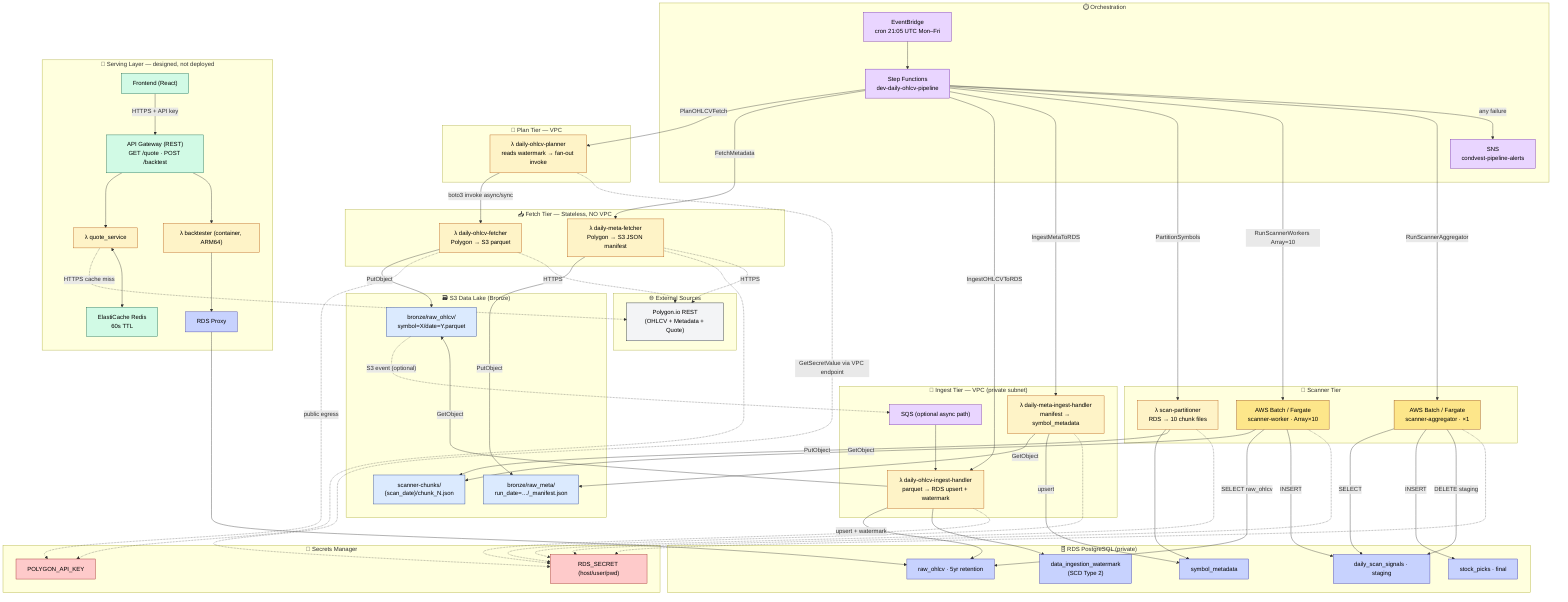
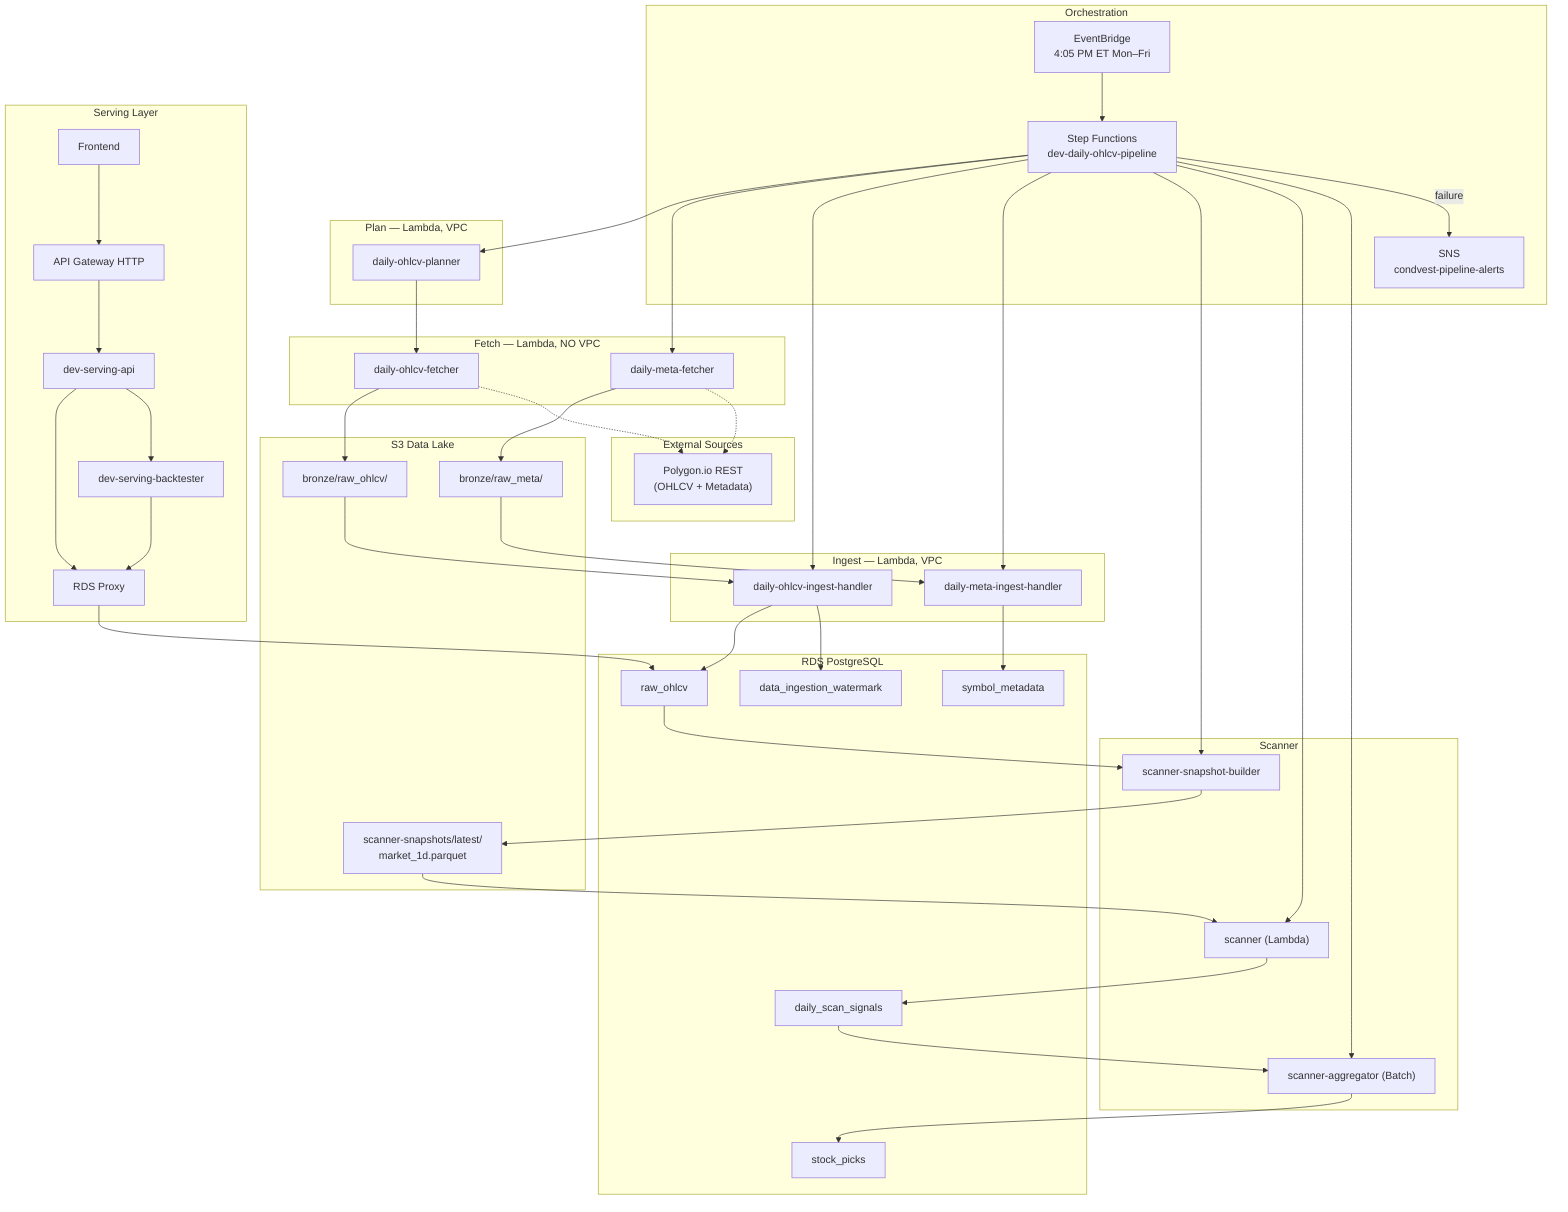
---
config:
  theme: default
  flowchart:
    curve: basis
---
flowchart TB
-   %% =============================================================
-   %% TradLyte Data Platform — Post-Decoupling Architecture (2026)
-   %% =============================================================
- 
-   subgraph EXT["🌐 External Sources"]
-     POLY["Polygon.io REST<br/>(OHLCV + Metadata + Quote)"]
+   subgraph EXT["External Sources"]
+     POLY["Polygon.io REST<br/>(OHLCV + Metadata)"]
  end

-   subgraph SCHED["⏱️ Orchestration"]
-     EB["EventBridge<br/>cron 21:05 UTC Mon–Fri"]
+   subgraph SCHED["Orchestration"]
+     EB["EventBridge<br/>4:05 PM ET Mon–Fri"]
    SFN["Step Functions<br/>dev-daily-ohlcv-pipeline"]
    SNS["SNS<br/>condvest-pipeline-alerts"]
  end

-   subgraph FETCH["📥 Fetch Tier — Stateless, NO VPC"]
-     LF_OHLCV["λ daily-ohlcv-fetcher<br/>Polygon → S3 parquet"]
-     LF_META["λ daily-meta-fetcher<br/>Polygon → S3 JSON manifest"]
+   subgraph FETCH["Fetch — Lambda, NO VPC"]
+     LF_OHLCV["daily-ohlcv-fetcher"]
+     LF_META["daily-meta-fetcher"]
  end

-   subgraph PLAN["🧭 Plan Tier — VPC"]
-     LF_PLAN["λ daily-ohlcv-planner<br/>reads watermark → fan-out invoke"]
+   subgraph PLAN["Plan — Lambda, VPC"]
+     LF_PLAN["daily-ohlcv-planner"]
  end

-   subgraph LAKE["🗃️ S3 Data Lake (Bronze)"]
-     S3_OHLCV["bronze/raw_ohlcv/<br/>symbol=X/date=Y.parquet"]
-     S3_META["bronze/raw_meta/<br/>run_date=…/_manifest.json"]
-     S3_CHUNKS["scanner-chunks/<br/>{scan_date}/chunk_N.json"]
+   subgraph LAKE["S3 Data Lake"]
+     S3_OHLCV["bronze/raw_ohlcv/"]
+     S3_META["bronze/raw_meta/"]
+     S3_SNAP["scanner-snapshots/latest/<br/>market_1d.parquet"]
  end

-   subgraph INGEST["📝 Ingest Tier — VPC (private subnet)"]
-     SQS["SQS (optional async path)"]
-     LF_INGEST_O["λ daily-ohlcv-ingest-handler<br/>parquet → RDS upsert + watermark"]
-     LF_INGEST_M["λ daily-meta-ingest-handler<br/>manifest → symbol_metadata"]
+   subgraph INGEST["Ingest — Lambda, VPC"]
+     LF_INGEST_O["daily-ohlcv-ingest-handler"]
+     LF_INGEST_M["daily-meta-ingest-handler"]
  end

-   subgraph SCAN["🎯 Scanner Tier"]
-     LF_PART["λ scan-partitioner<br/>RDS → 10 chunk files"]
-     BATCH_W["AWS Batch / Fargate<br/>scanner-worker · Array×10"]
-     BATCH_A["AWS Batch / Fargate<br/>scanner-aggregator · ×1"]
+   subgraph SCAN["Scanner"]
+     LF_SNAP["scanner-snapshot-builder"]
+     LF_SCAN["scanner (Lambda)"]
+     BATCH_A["scanner-aggregator (Batch)"]
  end

-   subgraph DB["🗄️ RDS PostgreSQL (private)"]
-     T_OHLCV["raw_ohlcv · 5yr retention"]
+   subgraph DB["RDS PostgreSQL"]
+     T_OHLCV["raw_ohlcv"]
    T_META["symbol_metadata"]
-     T_WM["data_ingestion_watermark<br/>(SCD Type 2)"]
-     T_STAGE["daily_scan_signals · staging"]
-     T_PICKS["stock_picks · final"]
+     T_WM["data_ingestion_watermark"]
+     T_STAGE["daily_scan_signals"]
+     T_PICKS["stock_picks"]
  end

-   subgraph SEC["🔐 Secrets Manager"]
-     SM_POLY["POLYGON_API_KEY"]
-     SM_RDS["RDS_SECRET (host/user/pwd)"]
+   subgraph SERVE["Serving Layer"]
+     APIGW["API Gateway HTTP"]
+     LF_SERVE["dev-serving-api"]
+     LF_BT["dev-serving-backtester"]
+     RDSPROXY["RDS Proxy"]
+     FE["Frontend"]
  end

-   subgraph SERVE["🚀 Serving Layer — designed, not deployed"]
-     APIGW["API Gateway (REST)<br/>GET /quote · POST /backtest"]
-     REDIS["ElastiCache Redis<br/>60s TTL"]
-     LF_QUOTE["λ quote_service"]
-     LF_BT["λ backtester (container, ARM64)"]
-     RDSPROXY["RDS Proxy"]
-     FE["Frontend (React)"]
-   end
- 
-   %% ---------------- Batch flows ----------------
  EB --> SFN
-   SFN -->|PlanOHLCVFetch| LF_PLAN
-   SFN -->|FetchMetadata| LF_META
-   LF_PLAN -->|boto3 invoke async/sync| LF_OHLCV
-   LF_OHLCV -->|PutObject| S3_OHLCV
-   LF_META  -->|PutObject| S3_META
- 
-   SFN -->|IngestOHLCVToRDS| LF_INGEST_O
-   SFN -->|IngestMetaToRDS| LF_INGEST_M
-   S3_OHLCV -. "S3 event (optional)" .-> SQS
-   SQS --> LF_INGEST_O
-   LF_INGEST_O -->|GetObject| S3_OHLCV
-   LF_INGEST_M -->|GetObject| S3_META
- 
-   LF_INGEST_O -->|upsert + watermark| T_OHLCV
+   SFN --> LF_PLAN --> LF_OHLCV --> S3_OHLCV
+   SFN --> LF_META --> S3_META
+   SFN --> LF_INGEST_O
+   SFN --> LF_INGEST_M
+   S3_OHLCV --> LF_INGEST_O --> T_OHLCV
  LF_INGEST_O --> T_WM
-   LF_INGEST_M -->|upsert| T_META
- 
-   SFN -->|PartitionSymbols| LF_PART
-   LF_PART --> T_META
-   LF_PART -->|PutObject| S3_CHUNKS
- 
-   SFN -->|RunScannerWorkers Array=10| BATCH_W
-   BATCH_W -->|GetObject| S3_CHUNKS
-   BATCH_W -->|SELECT raw_ohlcv| T_OHLCV
-   BATCH_W -->|INSERT| T_STAGE
- 
-   SFN -->|RunScannerAggregator| BATCH_A
-   BATCH_A -->|SELECT| T_STAGE
-   BATCH_A -->|INSERT| T_PICKS
-   BATCH_A -->|DELETE staging| T_STAGE
- 
-   SFN -->|any failure| SNS
- 
-   %% ---------------- Secrets flows ----------------
-   LF_PLAN -.->|GetSecretValue via VPC endpoint| SM_RDS
-   LF_INGEST_O -.-> SM_RDS
-   LF_INGEST_M -.-> SM_RDS
-   LF_PART -.-> SM_RDS
-   BATCH_W -.-> SM_RDS
-   BATCH_A -.-> SM_RDS
-   LF_OHLCV -.->|public egress| SM_POLY
-   LF_META  -.-> SM_POLY
- 
-   %% ---------------- External API calls ----------------
-   LF_OHLCV -.->|HTTPS| POLY
-   LF_META  -.->|HTTPS| POLY
-   LF_QUOTE -.->|HTTPS cache miss| POLY
- 
-   %% ---------------- Serving flows ----------------
-   FE -->|HTTPS + API key| APIGW
-   APIGW --> LF_QUOTE
-   APIGW --> LF_BT
-   LF_QUOTE <--> REDIS
-   LF_BT --> RDSPROXY
-   RDSPROXY --> T_OHLCV
- 
-   %% ---------------- Styling ----------------
-   classDef lambda fill:#fef3c7,stroke:#b45309,color:#000;
-   classDef batch fill:#fde68a,stroke:#92400e,color:#000;
-   classDef store fill:#dbeafe,stroke:#1e3a8a,color:#000;
-   classDef db fill:#c7d2fe,stroke:#3730a3,color:#000;
-   classDef sec fill:#fecaca,stroke:#991b1b,color:#000;
-   classDef sched fill:#e9d5ff,stroke:#6b21a8,color:#000;
-   classDef serve fill:#d1fae5,stroke:#065f46,color:#000;
-   classDef ext fill:#f3f4f6,stroke:#111827,color:#000;
- 
-   class LF_OHLCV,LF_META,LF_PLAN,LF_INGEST_O,LF_INGEST_M,LF_PART,LF_QUOTE,LF_BT lambda;
-   class BATCH_W,BATCH_A batch;
-   class S3_OHLCV,S3_META,S3_CHUNKS store;
-   class T_OHLCV,T_META,T_WM,T_STAGE,T_PICKS,RDSPROXY db;
-   class SM_POLY,SM_RDS sec;
-   class EB,SFN,SNS,SQS sched;
-   class APIGW,REDIS,FE serve;
-   class POLY ext;
+   S3_META --> LF_INGEST_M --> T_META
+   SFN --> LF_SNAP
+   T_OHLCV --> LF_SNAP --> S3_SNAP
+   SFN --> LF_SCAN
+   S3_SNAP --> LF_SCAN --> T_STAGE
+   SFN --> BATCH_A
+   T_STAGE --> BATCH_A --> T_PICKS
+   SFN -->|failure| SNS
+   LF_OHLCV -.-> POLY
+   LF_META -.-> POLY
+   FE --> APIGW --> LF_SERVE --> RDSPROXY --> T_OHLCV
+   LF_SERVE --> LF_BT --> RDSPROXY
